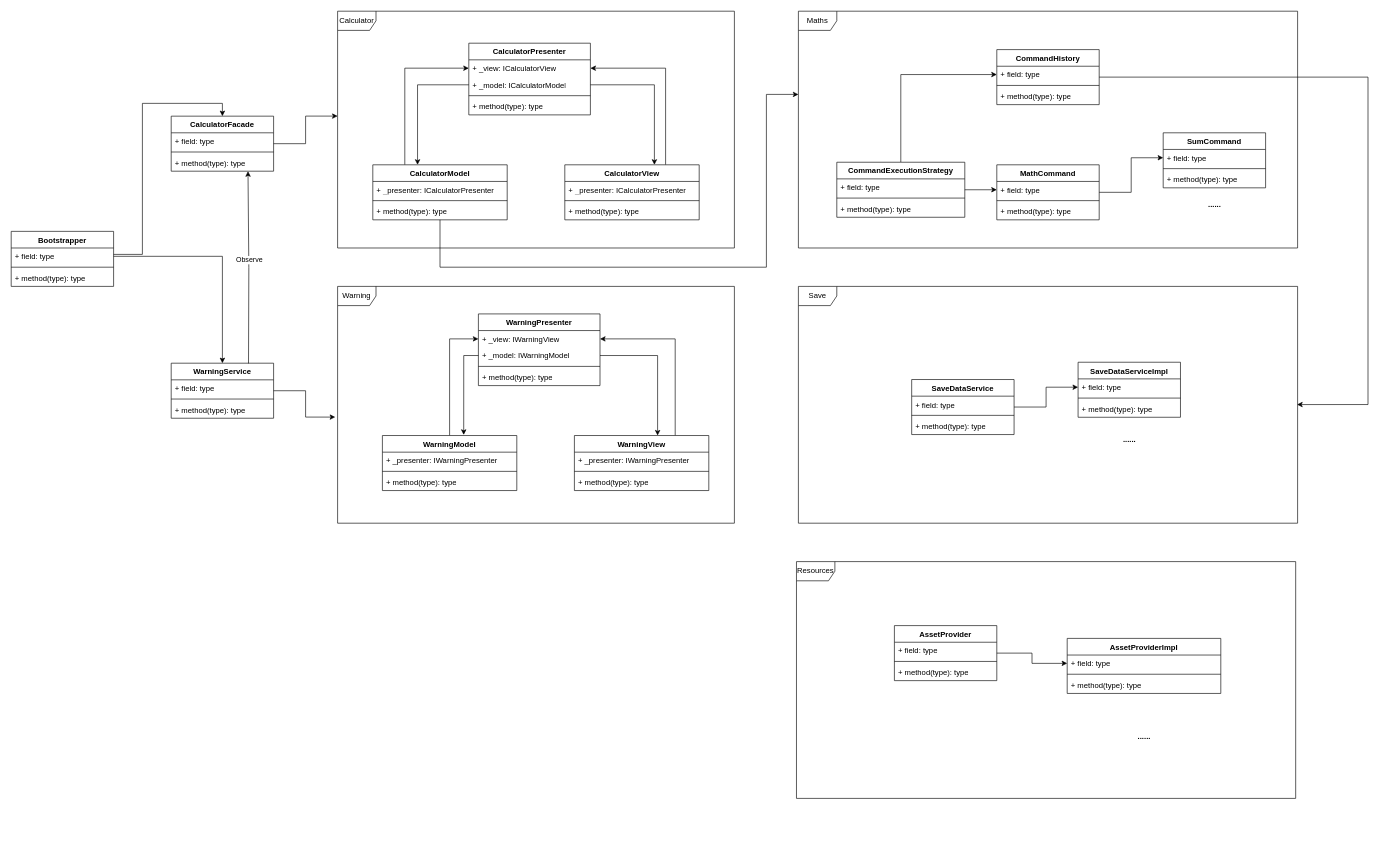
This is Calculator.drawio from JakeCake1/calculator, a draw.io file, before an edit. Source tidied: cells renumbered, new cells numbered last; positions are measured from the earlier drawing's top-left corner, leaving out a move shared by most shapes. Both pictures are drawn from the tidied source at 64%, with x=0, y=0 at pixel (11, 11).
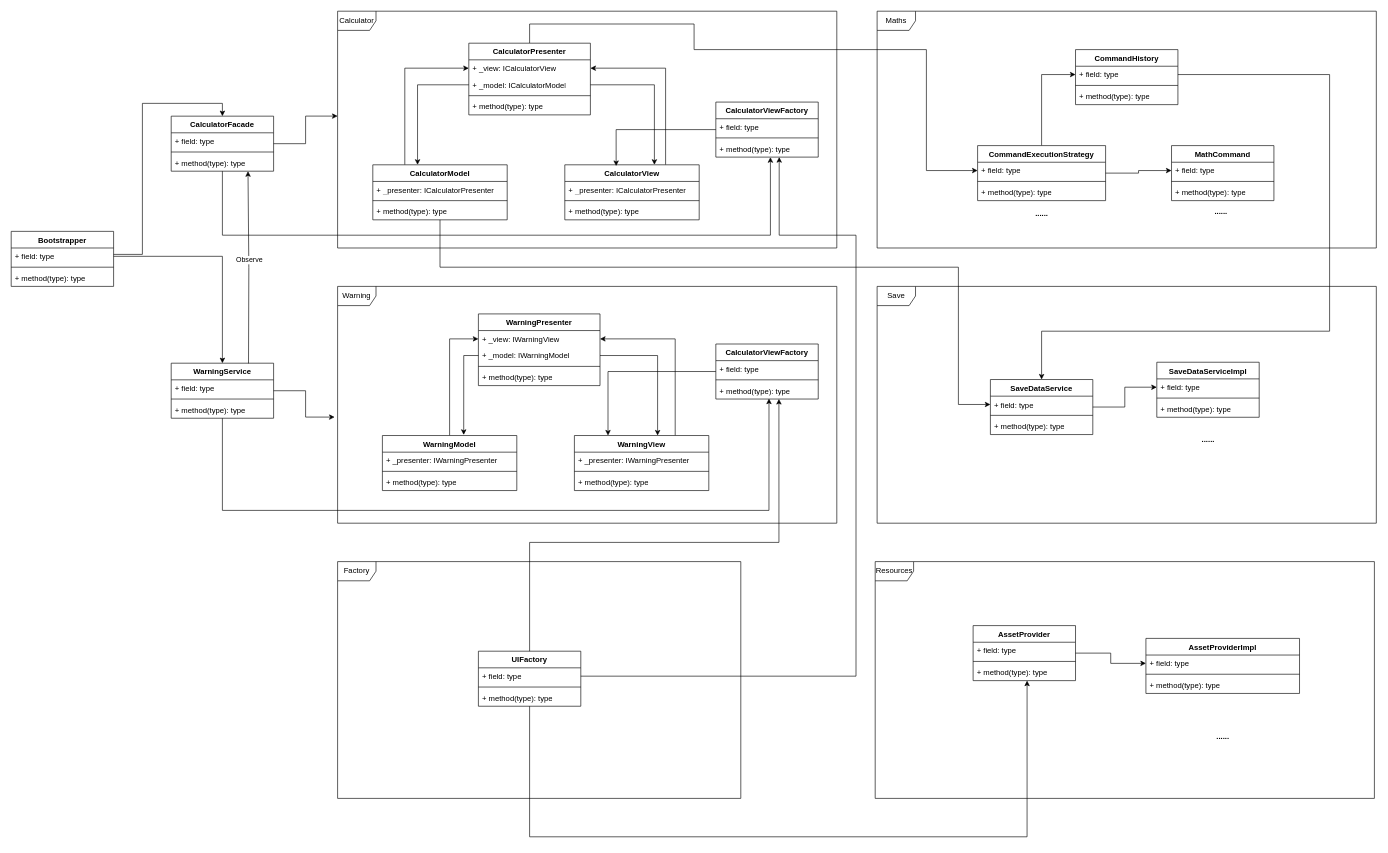
After the change.

Unchanged cells that the change refers to:
```xml
<mxCell id="3" value="CalculatorView" style="swimlane;fontStyle=1;align=center;verticalAlign=top;horizontal=1;startSize=26;whiteSpace=wrap;html=1;" parent="1" vertex="1">
  <mxGeometry x="865" y="240" width="210" height="86" as="geometry" />
</mxCell>
<mxCell id="8" value="CalculatorModel" style="swimlane;fontStyle=1;align=center;verticalAlign=top;horizontal=1;startSize=26;whiteSpace=wrap;html=1;" parent="1" vertex="1">
  <mxGeometry x="565" y="240" width="210" height="86" as="geometry" />
</mxCell>
<mxCell id="12" value="CalculatorPresenter" style="swimlane;fontStyle=1;align=center;verticalAlign=top;horizontal=1;startSize=26;whiteSpace=wrap;html=1;" parent="1" vertex="1">
  <mxGeometry x="715" y="50" width="190" height="112" as="geometry" />
</mxCell>
<mxCell id="25" value="WarningView" style="swimlane;fontStyle=1;align=center;verticalAlign=top;horizontal=1;startSize=26;whiteSpace=wrap;html=1;" parent="1" vertex="1">
  <mxGeometry x="880" y="663" width="210" height="86" as="geometry" />
</mxCell>
<mxCell id="43" value="+ field: type" style="text;strokeColor=none;fillColor=none;align=left;verticalAlign=top;spacingLeft=4;spacingRight=4;overflow=hidden;points=[[0,0.5],[1,0.5]];portConstraint=eastwest;whiteSpace=wrap;html=1;" parent="42" vertex="1">
  <mxGeometry y="26" width="160" height="26" as="geometry" />
</mxCell>
<mxCell id="50" value="+ method(type): type" style="text;strokeColor=none;fillColor=none;align=left;verticalAlign=top;spacingLeft=4;spacingRight=4;overflow=hidden;points=[[0,0.5],[1,0.5]];portConstraint=eastwest;whiteSpace=wrap;html=1;" parent="47" vertex="1">
  <mxGeometry y="60" width="160" height="26" as="geometry" />
</mxCell>
<mxCell id="51" value="CalculatorFacade" style="swimlane;fontStyle=1;align=center;verticalAlign=top;horizontal=1;startSize=26;whiteSpace=wrap;html=1;" parent="1" vertex="1">
  <mxGeometry x="250" y="164" width="160" height="86" as="geometry" />
</mxCell>
<mxCell id="55" value="WarningService" style="swimlane;fontStyle=1;align=center;verticalAlign=top;horizontal=1;startSize=26;whiteSpace=wrap;html=1;" parent="1" vertex="1">
  <mxGeometry x="250" y="550" width="160" height="86" as="geometry" />
</mxCell>
<mxCell id="66" value="+ field: type" style="text;strokeColor=none;fillColor=none;align=left;verticalAlign=top;spacingLeft=4;spacingRight=4;overflow=hidden;points=[[0,0.5],[1,0.5]];portConstraint=eastwest;whiteSpace=wrap;html=1;" parent="65" vertex="1">
  <mxGeometry y="26" width="160" height="26" as="geometry" />
</mxCell>
<mxCell id="77" value="+ field: type" style="text;strokeColor=none;fillColor=none;align=left;verticalAlign=top;spacingLeft=4;spacingRight=4;overflow=hidden;points=[[0,0.5],[1,0.5]];portConstraint=eastwest;whiteSpace=wrap;html=1;" parent="76" vertex="1">
  <mxGeometry y="26" width="200" height="26" as="geometry" />
</mxCell>
```

What changed in the source:
```diff
@@
+    <mxCell id="101" style="edgeStyle=orthogonalEdgeStyle;rounded=0;jettySize=auto;html=1;entryX=0;entryY=0.5;entryDx=0;entryDy=0;" parent="1" edge="1" source="8" target="43">
+      <mxGeometry relative="1" as="geometry">
+        <Array as="points">
+          <mxPoint x="670" y="400" />
+          <mxPoint x="1480" y="400" />
+          <mxPoint x="1480" y="615" />
+        </Array>
+      </mxGeometry>
+    </mxCell>
@@
+    <mxCell id="102" style="edgeStyle=orthogonalEdgeStyle;rounded=0;jettySize=auto;html=1;entryX=0;entryY=0.5;entryDx=0;entryDy=0;" parent="1" edge="1" source="12" target="77">
+      <mxGeometry relative="1" as="geometry">
+        <Array as="points">
+          <mxPoint x="810" y="20" />
+          <mxPoint x="1067" y="20" />
+          <mxPoint x="1067" y="60" />
+          <mxPoint x="1430" y="60" />
+          <mxPoint x="1430" y="249" />
+        </Array>
+      </mxGeometry>
+    </mxCell>
@@
     <mxCell id="42" value="SaveDataService" style="swimlane;fontStyle=1;align=center;verticalAlign=top;horizontal=1;startSize=26;whiteSpace=wrap;html=1;" parent="1" vertex="1">
-      <mxGeometry x="1407" y="575.5" width="160" height="86" as="geometry" />
+      <mxGeometry x="1530" y="575.5" width="160" height="86" as="geometry" />
     </mxCell>
@@
     <mxCell id="47" value="AssetProvider" style="swimlane;fontStyle=1;align=center;verticalAlign=top;horizontal=1;startSize=26;whiteSpace=wrap;html=1;" parent="1" vertex="1">
-      <mxGeometry x="1380" y="960" width="160" height="86" as="geometry" />
+      <mxGeometry x="1503" y="960" width="160" height="86" as="geometry" />
     </mxCell>
@@
     <mxCell id="59" value="Calculator" style="shape=umlFrame;whiteSpace=wrap;html=1;" parent="1" vertex="1">
-      <mxGeometry x="510" width="620" height="370" as="geometry" />
+      <mxGeometry x="510" width="780" height="370" as="geometry" />
     </mxCell>
     <mxCell id="60" value="Warning" style="shape=umlFrame;whiteSpace=wrap;html=1;" parent="1" vertex="1">
-      <mxGeometry x="510" y="430" width="620" height="370" as="geometry" />
+      <mxGeometry x="510" y="430" width="780" height="370" as="geometry" />
     </mxCell>
@@
-    <mxCell id="64" style="edgeStyle=orthogonalEdgeStyle;rounded=0;jettySize=auto;html=1;entryX=0.999;entryY=0.499;entryDx=0;entryDy=0;entryPerimeter=0;" parent="1" edge="1" source="65" target="91">
-      <mxGeometry relative="1" as="geometry">
-        <Array as="points">
-          <mxPoint x="2120" y="103" />
-          <mxPoint x="2120" y="615" />
-        </Array>
-      </mxGeometry>
-    </mxCell>
     <mxCell id="65" value="CommandHistory" style="swimlane;fontStyle=1;align=center;verticalAlign=top;horizontal=1;startSize=26;whiteSpace=wrap;html=1;" parent="1" vertex="1">
-      <mxGeometry x="1540" y="60" width="160" height="86" as="geometry" />
+      <mxGeometry x="1663" y="60" width="160" height="86" as="geometry" />
     </mxCell>
@@
-    <mxCell id="69" style="edgeStyle=orthogonalEdgeStyle;rounded=0;jettySize=auto;html=1;entryX=0;entryY=0.5;entryDx=0;entryDy=0;" parent="1" edge="1" source="70" target="84">
-      <mxGeometry relative="1" as="geometry" />
-    </mxCell>
     <mxCell id="70" value="MathCommand" style="swimlane;fontStyle=1;align=center;verticalAlign=top;horizontal=1;startSize=26;whiteSpace=wrap;html=1;" parent="1" vertex="1">
-      <mxGeometry x="1540" y="240" width="160" height="86" as="geometry" />
+      <mxGeometry x="1813" y="210" width="160" height="86" as="geometry" />
     </mxCell>
@@
     <mxCell id="76" value="CommandExecutionStrategy" style="swimlane;fontStyle=1;align=center;verticalAlign=top;horizontal=1;startSize=26;whiteSpace=wrap;html=1;" parent="1" vertex="1">
-      <mxGeometry x="1290" y="236" width="200" height="86" as="geometry" />
+      <mxGeometry x="1510" y="210" width="200" height="86" as="geometry" />
     </mxCell>
@@
     <mxCell id="82" value="Math&lt;span style=&quot;background-color: initial;&quot;&gt;s&lt;/span&gt;" style="shape=umlFrame;whiteSpace=wrap;html=1;" parent="1" vertex="1">
-      <mxGeometry x="1230" width="780" height="370" as="geometry" />
+      <mxGeometry x="1353" width="780" height="370" as="geometry" />
     </mxCell>
-    <mxCell id="83" value="SumCommand" style="swimlane;fontStyle=1;align=center;verticalAlign=top;horizontal=1;startSize=26;whiteSpace=wrap;html=1;" parent="1" vertex="1">
-      <mxGeometry x="1800" y="190" width="160" height="86" as="geometry" />
-    </mxCell>
-    <mxCell id="84" value="+ field: type" style="text;strokeColor=none;fillColor=none;align=left;verticalAlign=top;spacingLeft=4;spacingRight=4;overflow=hidden;points=[[0,0.5],[1,0.5]];portConstraint=eastwest;whiteSpace=wrap;html=1;" parent="83" vertex="1">
-      <mxGeometry y="26" width="160" height="26" as="geometry" />
-    </mxCell>
-    <mxCell id="85" style="line;strokeWidth=1;fillColor=none;align=left;verticalAlign=middle;spacingTop=-1;spacingLeft=3;spacingRight=3;labelPosition=right;strokeColor=inherit;" parent="83" vertex="1">
-      <mxGeometry y="52" width="160" height="8" as="geometry" />
-    </mxCell>
-    <mxCell id="86" value="+ method(type): type" style="text;strokeColor=none;fillColor=none;align=left;verticalAlign=top;spacingLeft=4;spacingRight=4;overflow=hidden;whiteSpace=wrap;html=1;" parent="83" vertex="1">
-      <mxGeometry y="60" width="160" height="26" as="geometry" />
-    </mxCell>
     <mxCell id="87" value="SaveDataServiceImpl" style="swimlane;fontStyle=1;align=center;verticalAlign=top;horizontal=1;startSize=26;whiteSpace=wrap;html=1;" parent="1" vertex="1">
-      <mxGeometry x="1667" y="548.5" width="160" height="86" as="geometry" />
+      <mxGeometry x="1790" y="548.5" width="160" height="86" as="geometry" />
     </mxCell>
@@
     <mxCell id="91" value="Save" style="shape=umlFrame;whiteSpace=wrap;html=1;" parent="1" vertex="1">
-      <mxGeometry x="1230" y="430" width="780" height="370" as="geometry" />
+      <mxGeometry x="1353" y="430" width="780" height="370" as="geometry" />
     </mxCell>
-    <mxCell id="92" style="edgeStyle=orthogonalEdgeStyle;rounded=0;jettySize=auto;html=1;" parent="1" edge="1" source="8">
-      <mxGeometry relative="1" as="geometry">
-        <mxPoint x="1230" y="130" as="targetPoint" />
-        <Array as="points">
-          <mxPoint x="670" y="400" />
-          <mxPoint x="1180" y="400" />
-          <mxPoint x="1180" y="130" />
-        </Array>
-      </mxGeometry>
-    </mxCell>
     <mxCell id="93" value="......" style="text;align=center;fontStyle=1;verticalAlign=middle;spacingLeft=3;spacingRight=3;strokeColor=none;html=1;" parent="1" vertex="1">
-      <mxGeometry x="1840" y="290" width="80" height="26" as="geometry" />
+      <mxGeometry x="1850" y="300" width="80" height="26" as="geometry" />
     </mxCell>
     <mxCell id="94" value="......" style="text;align=center;fontStyle=1;verticalAlign=middle;spacingLeft=3;spacingRight=3;strokeColor=none;html=1;" parent="1" vertex="1">
-      <mxGeometry x="1707" y="655.5" width="80" height="26" as="geometry" />
+      <mxGeometry x="1830" y="655.5" width="80" height="26" as="geometry" />
     </mxCell>
     <mxCell id="95" value="Resources" style="shape=umlFrame;whiteSpace=wrap;html=1;" parent="1" vertex="1">
-      <mxGeometry x="1227" y="860" width="780" height="370" as="geometry" />
+      <mxGeometry x="1350" y="860" width="780" height="370" as="geometry" />
     </mxCell>
     <mxCell id="96" value="AssetProviderImpl" style="swimlane;fontStyle=1;align=center;verticalAlign=top;horizontal=1;startSize=26;whiteSpace=wrap;html=1;" parent="1" vertex="1">
-      <mxGeometry x="1650" y="980" width="240" height="86" as="geometry" />
+      <mxGeometry x="1773" y="980" width="240" height="86" as="geometry" />
     </mxCell>
@@
     <mxCell id="100" value="......" style="text;align=center;fontStyle=1;verticalAlign=middle;spacingLeft=3;spacingRight=3;strokeColor=none;html=1;" parent="1" vertex="1">
-      <mxGeometry x="1730" y="1120" width="80" height="26" as="geometry" />
+      <mxGeometry x="1853" y="1120" width="80" height="26" as="geometry" />
     </mxCell>
+    <mxCell id="103" value="......" style="text;align=center;fontStyle=1;verticalAlign=middle;spacingLeft=3;spacingRight=3;strokeColor=none;html=1;" parent="1" vertex="1">
+      <mxGeometry x="1570" y="304" width="80" height="26" as="geometry" />
+    </mxCell>
+    <mxCell id="104" value="CalculatorViewFactory" style="swimlane;fontStyle=1;align=center;verticalAlign=top;horizontal=1;startSize=26;whiteSpace=wrap;html=1;" parent="1" vertex="1">
+      <mxGeometry x="1101" y="142" width="160" height="86" as="geometry" />
+    </mxCell>
+    <mxCell id="105" value="+ field: type" style="text;strokeColor=none;fillColor=none;align=left;verticalAlign=top;spacingLeft=4;spacingRight=4;overflow=hidden;whiteSpace=wrap;html=1;" parent="104" vertex="1">
+      <mxGeometry y="26" width="160" height="26" as="geometry" />
+    </mxCell>
+    <mxCell id="106" style="line;strokeWidth=1;fillColor=none;align=left;verticalAlign=middle;spacingTop=-1;spacingLeft=3;spacingRight=3;labelPosition=right;strokeColor=inherit;" parent="104" vertex="1">
+      <mxGeometry y="52" width="160" height="8" as="geometry" />
+    </mxCell>
+    <mxCell id="107" value="+ method(type): type" style="text;strokeColor=none;fillColor=none;align=left;verticalAlign=top;spacingLeft=4;spacingRight=4;overflow=hidden;points=[[0,0.5],[1,0.5]];portConstraint=eastwest;whiteSpace=wrap;html=1;" parent="104" vertex="1">
+      <mxGeometry y="60" width="160" height="26" as="geometry" />
+    </mxCell>
+    <mxCell id="108" style="edgeStyle=orthogonalEdgeStyle;rounded=0;jettySize=auto;html=1;entryX=0.25;entryY=0;entryDx=0;entryDy=0;" parent="1" edge="1" source="109" target="25">
+      <mxGeometry relative="1" as="geometry" />
+    </mxCell>
+    <mxCell id="109" value="CalculatorViewFactory" style="swimlane;fontStyle=1;align=center;verticalAlign=top;horizontal=1;startSize=26;whiteSpace=wrap;html=1;" parent="1" vertex="1">
+      <mxGeometry x="1101" y="520" width="160" height="86" as="geometry" />
+    </mxCell>
+    <mxCell id="110" value="+ field: type" style="text;strokeColor=none;fillColor=none;align=left;verticalAlign=top;spacingLeft=4;spacingRight=4;overflow=hidden;whiteSpace=wrap;html=1;" parent="109" vertex="1">
+      <mxGeometry y="26" width="160" height="26" as="geometry" />
+    </mxCell>
+    <mxCell id="111" style="line;strokeWidth=1;fillColor=none;align=left;verticalAlign=middle;spacingTop=-1;spacingLeft=3;spacingRight=3;labelPosition=right;strokeColor=inherit;" parent="109" vertex="1">
+      <mxGeometry y="52" width="160" height="8" as="geometry" />
+    </mxCell>
+    <mxCell id="112" value="+ method(type): type" style="text;strokeColor=none;fillColor=none;align=left;verticalAlign=top;spacingLeft=4;spacingRight=4;overflow=hidden;points=[[0,0.5],[1,0.5]];portConstraint=eastwest;whiteSpace=wrap;html=1;" parent="109" vertex="1">
+      <mxGeometry y="60" width="160" height="26" as="geometry" />
+    </mxCell>
+    <mxCell id="113" style="edgeStyle=orthogonalEdgeStyle;rounded=0;jettySize=auto;html=1;entryX=0.533;entryY=1.005;entryDx=0;entryDy=0;entryPerimeter=0;" parent="1" edge="1" source="51" target="107">
+      <mxGeometry relative="1" as="geometry">
+        <Array as="points">
+          <mxPoint x="330" y="350" />
+          <mxPoint x="1186" y="350" />
+        </Array>
+      </mxGeometry>
+    </mxCell>
+    <mxCell id="114" style="edgeStyle=orthogonalEdgeStyle;rounded=0;jettySize=auto;html=1;entryX=0.382;entryY=0.022;entryDx=0;entryDy=0;entryPerimeter=0;" parent="1" edge="1" source="104" target="3">
+      <mxGeometry relative="1" as="geometry" />
+    </mxCell>
+    <mxCell id="115" style="edgeStyle=orthogonalEdgeStyle;rounded=0;jettySize=auto;html=1;entryX=0.519;entryY=0.973;entryDx=0;entryDy=0;entryPerimeter=0;" parent="1" edge="1" source="55" target="112">
+      <mxGeometry relative="1" as="geometry">
+        <Array as="points">
+          <mxPoint x="330" y="780" />
+          <mxPoint x="1184" y="780" />
+        </Array>
+      </mxGeometry>
+    </mxCell>
+    <mxCell id="116" value="Factory" style="shape=umlFrame;whiteSpace=wrap;html=1;" parent="1" vertex="1">
+      <mxGeometry x="510" y="860" width="630" height="370" as="geometry" />
+    </mxCell>
+    <mxCell id="117" value="UIFactory" style="swimlane;fontStyle=1;align=center;verticalAlign=top;horizontal=1;startSize=26;whiteSpace=wrap;html=1;" parent="1" vertex="1">
+      <mxGeometry x="730" y="1000" width="160" height="86" as="geometry" />
+    </mxCell>
+    <mxCell id="118" value="+ field: type" style="text;strokeColor=none;fillColor=none;align=left;verticalAlign=top;spacingLeft=4;spacingRight=4;overflow=hidden;points=[[0,0.5],[1,0.5]];portConstraint=eastwest;whiteSpace=wrap;html=1;" parent="117" vertex="1">
+      <mxGeometry y="26" width="160" height="26" as="geometry" />
+    </mxCell>
+    <mxCell id="119" style="line;strokeWidth=1;fillColor=none;align=left;verticalAlign=middle;spacingTop=-1;spacingLeft=3;spacingRight=3;labelPosition=right;strokeColor=inherit;" parent="117" vertex="1">
+      <mxGeometry y="52" width="160" height="8" as="geometry" />
+    </mxCell>
+    <mxCell id="120" value="+ method(type): type" style="text;strokeColor=none;fillColor=none;align=left;verticalAlign=top;spacingLeft=4;spacingRight=4;overflow=hidden;whiteSpace=wrap;html=1;" parent="117" vertex="1">
+      <mxGeometry y="60" width="160" height="26" as="geometry" />
+    </mxCell>
+    <mxCell id="121" style="edgeStyle=orthogonalEdgeStyle;rounded=0;jettySize=auto;html=1;entryX=0.616;entryY=0.995;entryDx=0;entryDy=0;entryPerimeter=0;" parent="1" edge="1" source="117" target="112">
+      <mxGeometry relative="1" as="geometry">
+        <Array as="points">
+          <mxPoint x="810" y="830" />
+          <mxPoint x="1200" y="830" />
+        </Array>
+      </mxGeometry>
+    </mxCell>
+    <mxCell id="122" style="edgeStyle=orthogonalEdgeStyle;rounded=0;jettySize=auto;html=1;exitX=1;exitY=0.5;exitDx=0;exitDy=0;" parent="1" edge="1" source="118">
+      <mxGeometry relative="1" as="geometry">
+        <mxPoint x="1200" y="228" as="targetPoint" />
+        <Array as="points">
+          <mxPoint x="1320" y="1039" />
+          <mxPoint x="1320" y="350" />
+          <mxPoint x="1200" y="350" />
+        </Array>
+      </mxGeometry>
+    </mxCell>
+    <mxCell id="123" style="edgeStyle=orthogonalEdgeStyle;rounded=0;jettySize=auto;html=1;entryX=0.527;entryY=1;entryDx=0;entryDy=0;entryPerimeter=0;" parent="1" edge="1" source="117" target="50">
+      <mxGeometry relative="1" as="geometry">
+        <Array as="points">
+          <mxPoint x="810" y="1290" />
+          <mxPoint x="1587" y="1290" />
+        </Array>
+      </mxGeometry>
+    </mxCell>
+    <mxCell id="124" style="edgeStyle=orthogonalEdgeStyle;rounded=0;jettySize=auto;html=1;entryX=0.5;entryY=0;entryDx=0;entryDy=0;" parent="1" edge="1" source="66" target="42">
+      <mxGeometry relative="1" as="geometry">
+        <Array as="points">
+          <mxPoint x="2060" y="99" />
+          <mxPoint x="2060" y="500" />
+          <mxPoint x="1610" y="500" />
+        </Array>
+      </mxGeometry>
+    </mxCell>
```
